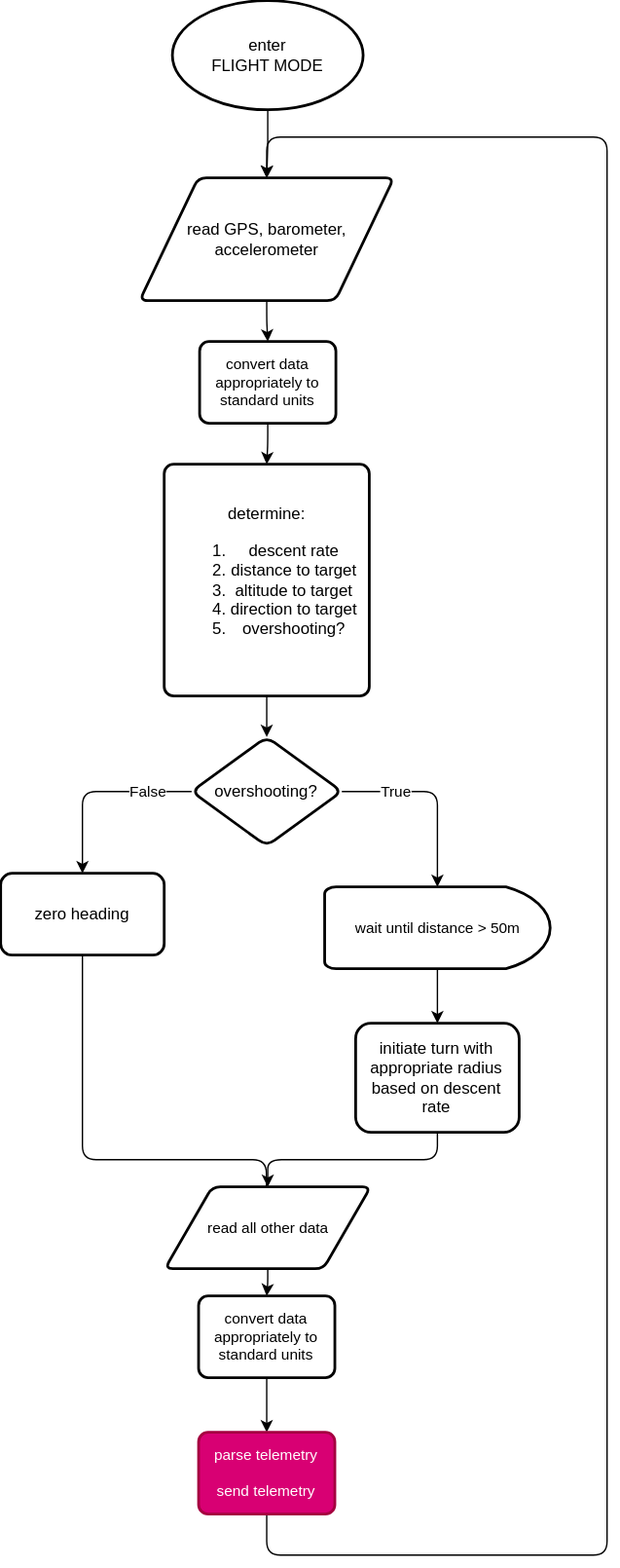
The draw.io diagram Flowcharts/flight_mode.drawio.svg in adamBacso/PARSEC_CODE, before a commit. Source tidied: cells renumbered, new cells last; positions are measured from the earlier drawing's top-left corner, leaving out a move shared by most shapes. The source it was exported from:
```xml
<mxGraphModel>
  <root>
    <mxCell id="0" />
    <mxCell id="1" parent="0" />
    <mxCell id="2" style="edgeStyle=orthogonalEdgeStyle;rounded=0;jettySize=auto;html=1;exitX=0.5;exitY=1;exitDx=0;exitDy=0;exitPerimeter=0;entryX=0.5;entryY=0;entryDx=0;entryDy=0;" parent="1" edge="1" source="3" target="5">
      <mxGeometry relative="1" as="geometry" />
    </mxCell>
    <mxCell id="3" value="enter &lt;br&gt;FLIGHT MODE" style="strokeWidth=2;html=1;shape=mxgraph.flowchart.start_1;whiteSpace=wrap;" parent="1" vertex="1">
      <mxGeometry x="126" width="140" height="80" as="geometry" />
    </mxCell>
    <mxCell id="4" style="edgeStyle=orthogonalEdgeStyle;shape=connector;rounded=1;html=1;exitX=0.5;exitY=1;exitDx=0;exitDy=0;labelBackgroundColor=default;strokeColor=default;fontFamily=Helvetica;fontSize=11;fontColor=default;endArrow=classic;" parent="1" edge="1" source="5" target="20">
      <mxGeometry relative="1" as="geometry" />
    </mxCell>
    <mxCell id="5" value="read GPS, barometer, accelerometer" style="shape=parallelogram;html=1;strokeWidth=2;perimeter=parallelogramPerimeter;whiteSpace=wrap;rounded=1;arcSize=12;size=0.23;" parent="1" vertex="1">
      <mxGeometry x="102" y="130" width="186.5" height="90" as="geometry" />
    </mxCell>
    <mxCell id="6" style="edgeStyle=none;html=1;" parent="1" edge="1" source="7" target="10">
      <mxGeometry relative="1" as="geometry" />
    </mxCell>
    <mxCell id="7" value="determine:&lt;br&gt;&lt;ol&gt;&lt;li&gt;descent rate&lt;/li&gt;&lt;li&gt;distance to target&lt;/li&gt;&lt;li&gt;altitude to target&lt;/li&gt;&lt;li&gt;direction to target&lt;/li&gt;&lt;li&gt;overshooting?&lt;/li&gt;&lt;/ol&gt;" style="rounded=1;whiteSpace=wrap;html=1;absoluteArcSize=1;arcSize=14;strokeWidth=2;" parent="1" vertex="1">
      <mxGeometry x="120" y="340" width="150.5" height="170" as="geometry" />
    </mxCell>
    <mxCell id="8" value="False&lt;br&gt;" style="edgeStyle=orthogonalEdgeStyle;shape=connector;rounded=1;html=1;exitX=0;exitY=0.5;exitDx=0;exitDy=0;entryX=0.5;entryY=0;entryDx=0;entryDy=0;labelBackgroundColor=default;strokeColor=default;fontFamily=Helvetica;fontSize=11;fontColor=default;endArrow=classic;" parent="1" edge="1" source="10" target="12">
      <mxGeometry x="-0.53" relative="1" as="geometry" />
    </mxCell>
    <mxCell id="9" value="True" style="edgeStyle=orthogonalEdgeStyle;shape=connector;rounded=1;html=1;exitX=1;exitY=0.5;exitDx=0;exitDy=0;entryX=0.5;entryY=0;entryDx=0;entryDy=0;entryPerimeter=0;labelBackgroundColor=default;strokeColor=default;fontFamily=Helvetica;fontSize=11;fontColor=default;endArrow=classic;" parent="1" edge="1" source="10" target="14">
      <mxGeometry x="-0.43" relative="1" as="geometry" />
    </mxCell>
    <mxCell id="10" value="overshooting?" style="rhombus;whiteSpace=wrap;html=1;rounded=1;arcSize=14;strokeWidth=2;" parent="1" vertex="1">
      <mxGeometry x="140.1" y="540" width="110.2" height="80" as="geometry" />
    </mxCell>
    <mxCell id="11" style="edgeStyle=orthogonalEdgeStyle;shape=connector;rounded=1;html=1;exitX=0.5;exitY=1;exitDx=0;exitDy=0;labelBackgroundColor=default;strokeColor=default;fontFamily=Helvetica;fontSize=11;fontColor=default;endArrow=classic;" parent="1" edge="1" source="12">
      <mxGeometry relative="1" as="geometry">
        <mxPoint x="195" y="890" as="targetPoint" />
        <Array as="points">
          <mxPoint x="60" y="850" />
          <mxPoint x="195" y="850" />
        </Array>
      </mxGeometry>
    </mxCell>
    <mxCell id="12" value="zero heading" style="whiteSpace=wrap;html=1;rounded=1;arcSize=14;strokeWidth=2;" parent="1" vertex="1">
      <mxGeometry y="640" width="120" height="60" as="geometry" />
    </mxCell>
    <mxCell id="13" style="edgeStyle=orthogonalEdgeStyle;shape=connector;rounded=1;html=1;exitX=0.5;exitY=1;exitDx=0;exitDy=0;exitPerimeter=0;entryX=0.5;entryY=0;entryDx=0;entryDy=0;labelBackgroundColor=default;strokeColor=default;fontFamily=Helvetica;fontSize=11;fontColor=default;endArrow=classic;" parent="1" edge="1" source="14" target="16">
      <mxGeometry relative="1" as="geometry" />
    </mxCell>
    <mxCell id="14" value="wait until distance &amp;gt; 50m" style="strokeWidth=2;html=1;shape=mxgraph.flowchart.delay;whiteSpace=wrap;fontFamily=Helvetica;fontSize=11;fontColor=default;" parent="1" vertex="1">
      <mxGeometry x="237.8" y="650" width="165.5" height="60" as="geometry" />
    </mxCell>
    <mxCell id="15" style="edgeStyle=orthogonalEdgeStyle;shape=connector;rounded=1;html=1;exitX=0.5;exitY=1;exitDx=0;exitDy=0;labelBackgroundColor=default;strokeColor=default;fontFamily=Helvetica;fontSize=11;fontColor=default;endArrow=classic;" parent="1" edge="1" source="16" target="18">
      <mxGeometry relative="1" as="geometry" />
    </mxCell>
    <mxCell id="16" value="initiate turn with appropriate radius based on descent rate" style="whiteSpace=wrap;html=1;rounded=1;arcSize=14;strokeWidth=2;" parent="1" vertex="1">
      <mxGeometry x="260.5" y="750" width="120" height="80" as="geometry" />
    </mxCell>
    <mxCell id="17" style="edgeStyle=orthogonalEdgeStyle;shape=connector;rounded=1;html=1;exitX=0.5;exitY=1;exitDx=0;exitDy=0;entryX=0.5;entryY=0;entryDx=0;entryDy=0;labelBackgroundColor=default;strokeColor=default;fontFamily=Helvetica;fontSize=11;fontColor=default;endArrow=classic;" parent="1" edge="1" source="18" target="22">
      <mxGeometry relative="1" as="geometry" />
    </mxCell>
    <mxCell id="18" value="read all other data" style="shape=parallelogram;html=1;strokeWidth=2;perimeter=parallelogramPerimeter;whiteSpace=wrap;rounded=1;arcSize=12;size=0.23;fontFamily=Helvetica;fontSize=11;fontColor=default;" parent="1" vertex="1">
      <mxGeometry x="120.5" y="870" width="151" height="60" as="geometry" />
    </mxCell>
    <mxCell id="19" style="edgeStyle=orthogonalEdgeStyle;shape=connector;rounded=1;html=1;exitX=0.5;exitY=1;exitDx=0;exitDy=0;entryX=0.5;entryY=0;entryDx=0;entryDy=0;labelBackgroundColor=default;strokeColor=default;fontFamily=Helvetica;fontSize=11;fontColor=default;endArrow=classic;" parent="1" edge="1" source="20" target="7">
      <mxGeometry relative="1" as="geometry" />
    </mxCell>
    <mxCell id="20" value="convert data appropriately to standard units" style="rounded=1;whiteSpace=wrap;html=1;absoluteArcSize=1;arcSize=14;strokeWidth=2;fontFamily=Helvetica;fontSize=11;fontColor=default;" parent="1" vertex="1">
      <mxGeometry x="146" y="250" width="100" height="60" as="geometry" />
    </mxCell>
    <mxCell id="21" style="edgeStyle=orthogonalEdgeStyle;shape=connector;rounded=1;html=1;exitX=0.5;exitY=1;exitDx=0;exitDy=0;entryX=0.5;entryY=0;entryDx=0;entryDy=0;labelBackgroundColor=default;strokeColor=default;fontFamily=Helvetica;fontSize=11;fontColor=default;endArrow=classic;" parent="1" edge="1" source="22" target="24">
      <mxGeometry relative="1" as="geometry" />
    </mxCell>
    <mxCell id="22" value="convert data appropriately to standard units" style="rounded=1;whiteSpace=wrap;html=1;absoluteArcSize=1;arcSize=14;strokeWidth=2;fontFamily=Helvetica;fontSize=11;fontColor=default;" parent="1" vertex="1">
      <mxGeometry x="145.2" y="950" width="100" height="60" as="geometry" />
    </mxCell>
    <mxCell id="23" style="edgeStyle=orthogonalEdgeStyle;shape=connector;rounded=1;html=1;exitX=0.5;exitY=1;exitDx=0;exitDy=0;entryX=0.5;entryY=0;entryDx=0;entryDy=0;labelBackgroundColor=default;strokeColor=default;fontFamily=Helvetica;fontSize=11;fontColor=default;endArrow=classic;" parent="1" edge="1" source="24" target="5">
      <mxGeometry relative="1" as="geometry">
        <Array as="points">
          <mxPoint x="195" y="1140" />
          <mxPoint x="445" y="1140" />
          <mxPoint x="445" y="100" />
          <mxPoint x="195" y="100" />
        </Array>
      </mxGeometry>
    </mxCell>
    <mxCell id="24" value="parse telemetry&lt;br&gt;&lt;br&gt;send telemetry" style="rounded=1;whiteSpace=wrap;html=1;absoluteArcSize=1;arcSize=14;strokeWidth=2;fontFamily=Helvetica;fontSize=11;fontColor=#ffffff;fillColor=#d80073;strokeColor=#A50040;" parent="1" vertex="1">
      <mxGeometry x="145.2" y="1050" width="100" height="60" as="geometry" />
    </mxCell>
  </root>
</mxGraphModel>
```
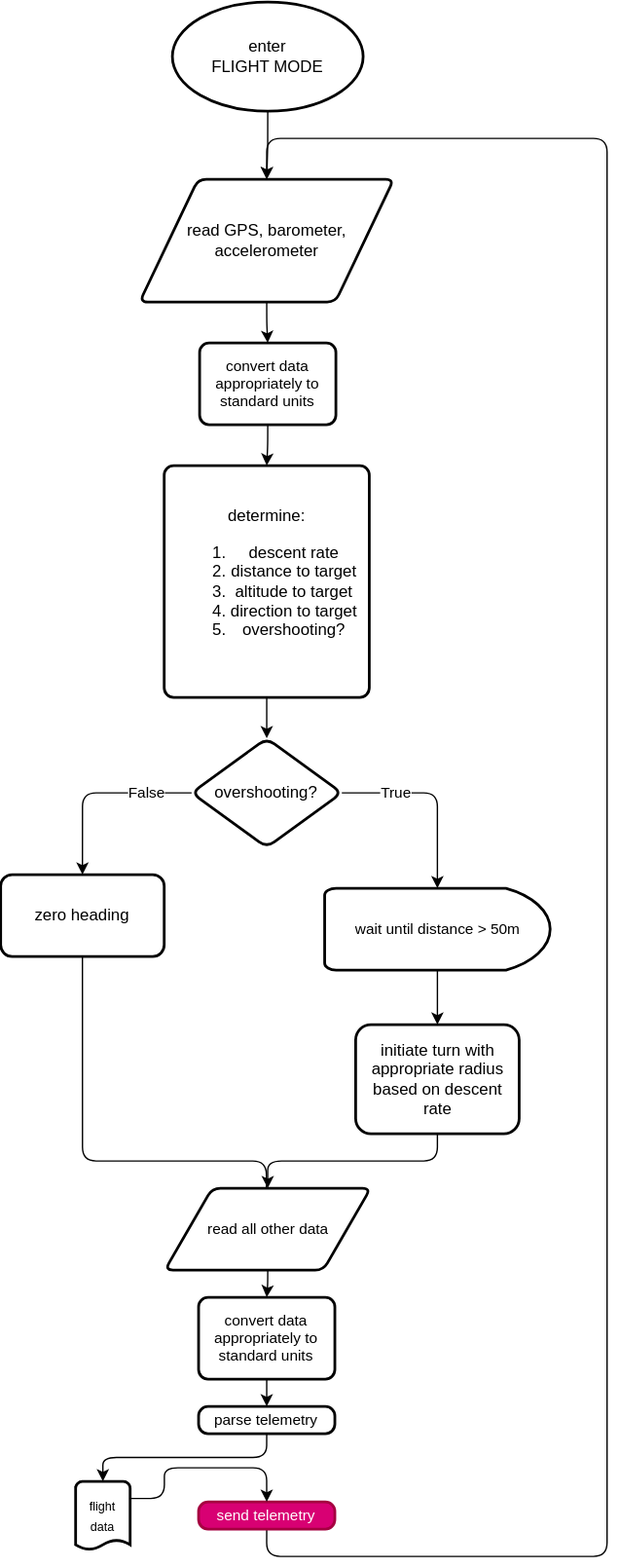
Above is the later version.

Commit message:
develop communications protocol

The edit, as a diff of the source:
```diff
@@ -65,9 +65,9 @@
     <mxCell id="20" value="convert data appropriately to standard units" style="rounded=1;whiteSpace=wrap;html=1;absoluteArcSize=1;arcSize=14;strokeWidth=2;fontFamily=Helvetica;fontSize=11;fontColor=default;" parent="1" vertex="1">
       <mxGeometry x="146" y="250" width="100" height="60" as="geometry" />
     </mxCell>
-    <mxCell id="21" style="edgeStyle=orthogonalEdgeStyle;shape=connector;rounded=1;html=1;exitX=0.5;exitY=1;exitDx=0;exitDy=0;entryX=0.5;entryY=0;entryDx=0;entryDy=0;labelBackgroundColor=default;strokeColor=default;fontFamily=Helvetica;fontSize=11;fontColor=default;endArrow=classic;" parent="1" edge="1" source="22" target="24">
-      <mxGeometry relative="1" as="geometry" />
-    </mxCell>
+    <mxCell id="25" style="edgeStyle=none;html=1;exitX=0.5;exitY=1;exitDx=0;exitDy=0;entryX=0.5;entryY=0;entryDx=0;entryDy=0;" parent="1" edge="1" source="22" target="27">
+      <mxGeometry relative="1" as="geometry" />
+    </mxCell>
     <mxCell id="22" value="convert data appropriately to standard units" style="rounded=1;whiteSpace=wrap;html=1;absoluteArcSize=1;arcSize=14;strokeWidth=2;fontFamily=Helvetica;fontSize=11;fontColor=default;" parent="1" vertex="1">
       <mxGeometry x="145.2" y="950" width="100" height="60" as="geometry" />
     </mxCell>
@@ -81,8 +81,20 @@
         </Array>
       </mxGeometry>
     </mxCell>
-    <mxCell id="24" value="parse telemetry&lt;br&gt;&lt;br&gt;send telemetry" style="rounded=1;whiteSpace=wrap;html=1;absoluteArcSize=1;arcSize=14;strokeWidth=2;fontFamily=Helvetica;fontSize=11;fontColor=#ffffff;fillColor=#d80073;strokeColor=#A50040;" parent="1" vertex="1">
-      <mxGeometry x="145.2" y="1050" width="100" height="60" as="geometry" />
+    <mxCell id="24" value="send telemetry" style="rounded=1;whiteSpace=wrap;html=1;absoluteArcSize=1;arcSize=14;strokeWidth=2;fontFamily=Helvetica;fontSize=11;fontColor=#ffffff;fillColor=#d80073;strokeColor=#A50040;" parent="1" vertex="1">
+      <mxGeometry x="145.2" y="1100" width="100" height="20" as="geometry" />
     </mxCell>
+    <mxCell id="26" style="edgeStyle=orthogonalEdgeStyle;shape=connector;rounded=1;html=1;exitX=0.5;exitY=1;exitDx=0;exitDy=0;entryX=0.5;entryY=0;entryDx=0;entryDy=0;entryPerimeter=0;labelBackgroundColor=default;strokeColor=default;fontFamily=Helvetica;fontSize=11;fontColor=default;endArrow=classic;" parent="1" edge="1" source="27" target="29">
+      <mxGeometry relative="1" as="geometry" />
+    </mxCell>
+    <mxCell id="27" value="parse telemetry" style="rounded=1;whiteSpace=wrap;html=1;absoluteArcSize=1;arcSize=14;strokeWidth=2;fontFamily=Helvetica;fontSize=11;" parent="1" vertex="1">
+      <mxGeometry x="145.2" y="1030" width="100" height="20" as="geometry" />
+    </mxCell>
+    <mxCell id="28" style="edgeStyle=orthogonalEdgeStyle;shape=connector;rounded=1;html=1;exitX=1;exitY=0.25;exitDx=0;exitDy=0;exitPerimeter=0;entryX=0.5;entryY=0;entryDx=0;entryDy=0;labelBackgroundColor=default;strokeColor=default;fontFamily=Helvetica;fontSize=11;fontColor=default;endArrow=classic;" parent="1" edge="1" source="29" target="24">
+      <mxGeometry relative="1" as="geometry" />
+    </mxCell>
+    <mxCell id="29" value="&lt;font style=&quot;font-size: 9px;&quot;&gt;flight data&lt;/font&gt;" style="strokeWidth=2;html=1;shape=mxgraph.flowchart.document2;whiteSpace=wrap;size=0.141295519377054;" parent="1" vertex="1">
+      <mxGeometry x="55" y="1085" width="40" height="50" as="geometry" />
+    </mxCell>
   </root>
 </mxGraphModel>
```
